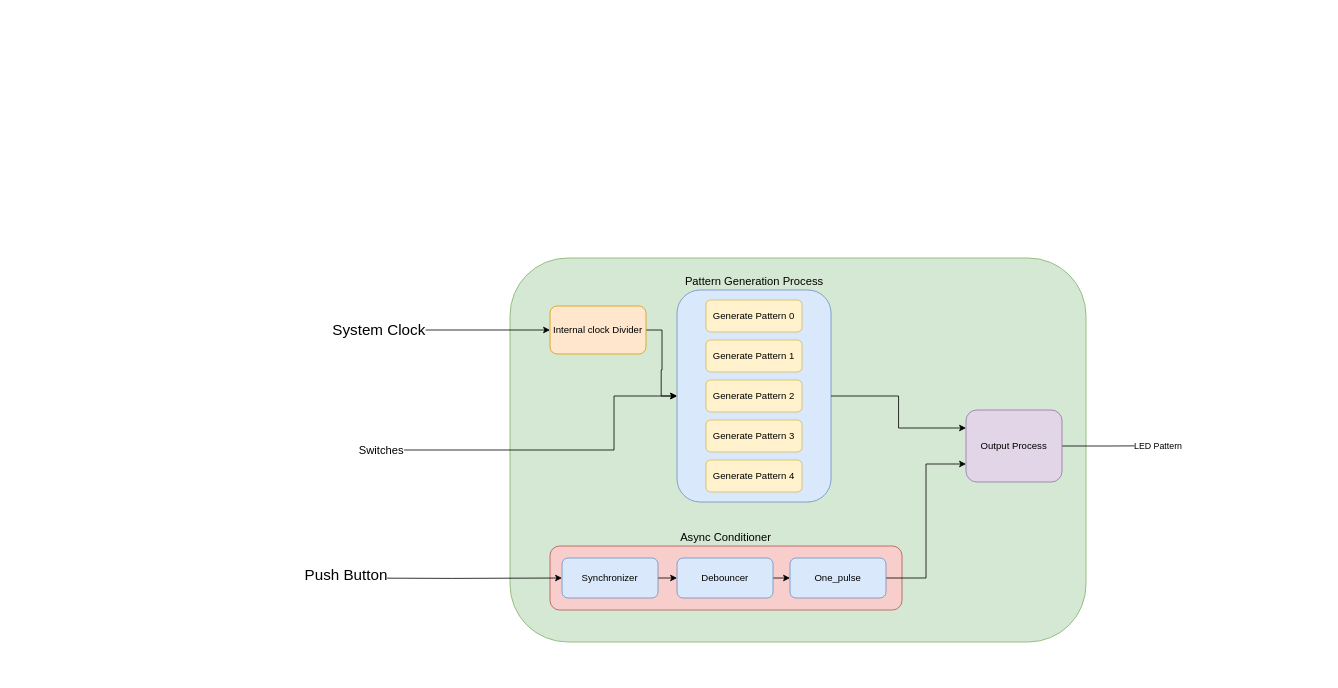
Earlier version of the draw.io diagram docs/assets/Lab-4_Diagram.drawio (msu-eele-fpga/labs-and-homework-CalebEELe467). Source tidied: cells renumbered, new cells numbered last; positions are measured from the earlier drawing's top-left corner, leaving out a move shared by most shapes. Both pictures are drawn from the tidied source at 80%, with x=0, y=0 at pixel (342, 258).
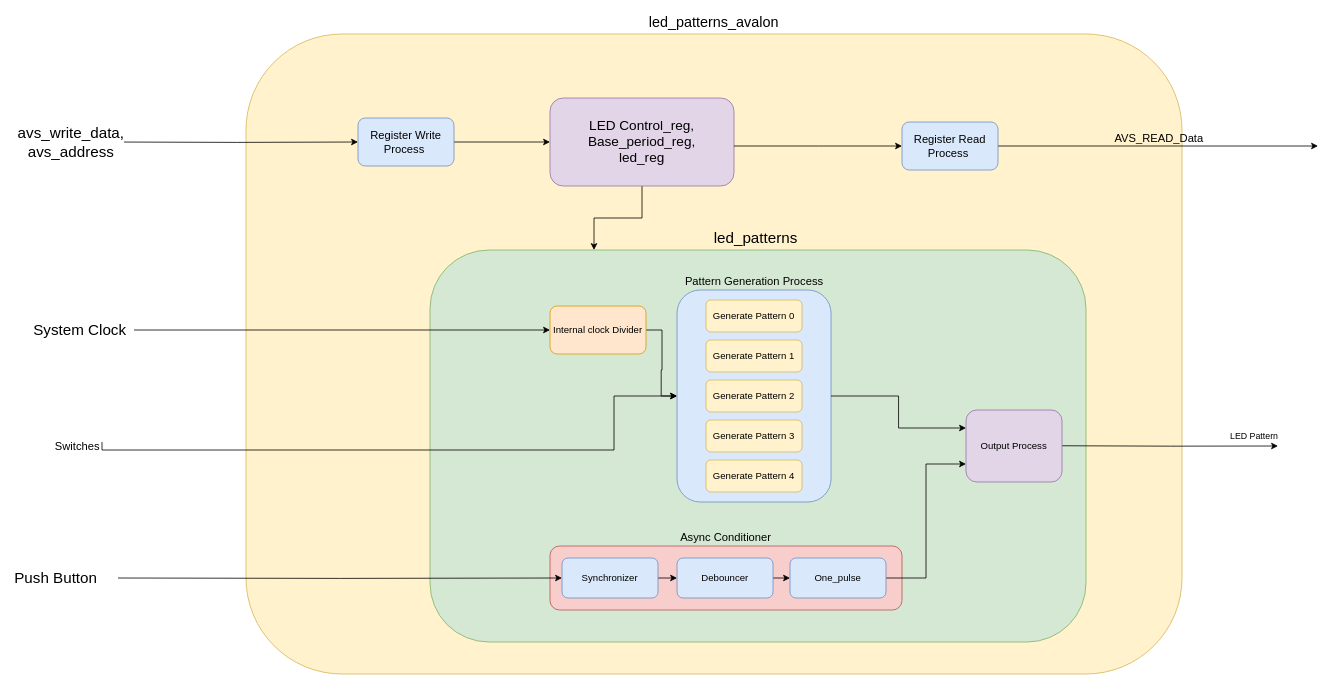
The same diagram, later.

Unchanged cells that the change refers to:
```xml
<mxCell id="8" value="Internal clock Divider" style="rounded=1;whiteSpace=wrap;html=1;fillColor=#ffe6cc;strokeColor=#d79b00;" parent="1" vertex="1">
  <mxGeometry x="260" y="60" width="120" height="60" as="geometry" />
</mxCell>
<mxCell id="10" value="&lt;font style=&quot;font-size: 14px;&quot;&gt;Pattern Generation Process&lt;/font&gt;" style="rounded=1;whiteSpace=wrap;html=1;fillColor=#dae8fc;strokeColor=#6c8ebf;labelPosition=center;verticalLabelPosition=top;align=center;verticalAlign=bottom;" parent="9" vertex="1">
  <mxGeometry width="192.5" height="265" as="geometry" />
</mxCell>
<mxCell id="19" value="Synchronizer" style="rounded=1;whiteSpace=wrap;html=1;fillColor=#dae8fc;strokeColor=#6c8ebf;" parent="1" vertex="1">
  <mxGeometry x="275" y="375" width="120" height="50" as="geometry" />
</mxCell>
<mxCell id="28" value="Output Process" style="rounded=1;whiteSpace=wrap;html=1;fillColor=#e1d5e7;strokeColor=#9673a6;" parent="1" vertex="1">
  <mxGeometry x="780" y="190" width="120" height="90" as="geometry" />
</mxCell>
```

The edit, as a diff of the source:
```diff
@@
+    <mxCell id="30" value="&lt;font style=&quot;font-size: 18px;&quot;&gt;led_patterns_avalon&lt;/font&gt;" style="rounded=1;whiteSpace=wrap;html=1;fillColor=#fff2cc;strokeColor=#d6b656;labelPosition=center;verticalLabelPosition=top;align=center;verticalAlign=bottom;" parent="1" vertex="1">
+      <mxGeometry x="-120" y="-280" width="1170" height="800" as="geometry" />
+    </mxCell>
-    <mxCell id="2" value="&lt;div&gt;&lt;br&gt;&lt;/div&gt;" style="rounded=1;whiteSpace=wrap;html=1;fillColor=#d5e8d4;strokeColor=#82b366;" parent="1" vertex="1">
-      <mxGeometry x="210" width="720" height="480" as="geometry" />
+    <mxCell id="2" value="&lt;font style=&quot;font-size: 19px;&quot;&gt;led_patterns&amp;nbsp;&lt;/font&gt;" style="rounded=1;whiteSpace=wrap;html=1;fillColor=#d5e8d4;strokeColor=#82b366;verticalAlign=bottom;labelPosition=center;verticalLabelPosition=top;align=center;" parent="1" vertex="1">
+      <mxGeometry x="110" y="-10" width="820" height="490" as="geometry" />
     </mxCell>
     <mxCell id="3" style="endArrow=classic;html=1;rounded=0;entryX=0;entryY=0.5;entryDx=0;entryDy=0;edgeStyle=orthogonalEdgeStyle;" parent="1" edge="1" target="8">
       <mxGeometry relative="1" as="geometry">
-        <mxPoint x="40" y="92" as="sourcePoint" />
+        <mxPoint x="-260" y="90" as="sourcePoint" />
         <Array as="points">
-          <mxPoint x="40" y="90" />
+          <mxPoint x="-210" y="90" />
+          <mxPoint x="-210" y="90" />
         </Array>
       </mxGeometry>
     </mxCell>
     <mxCell id="4" value="&lt;span style=&quot;font-size: 19px;&quot;&gt;System Clock&lt;/span&gt;" style="edgeLabel;html=1;align=center;verticalAlign=middle;" parent="3" vertex="1">
       <mxGeometry x="-0.51" relative="1" as="geometry">
-        <mxPoint x="-47" as="offset" />
+        <mxPoint x="-196" as="offset" />
       </mxGeometry>
     </mxCell>
     <mxCell id="5" style="endArrow=classic;html=1;rounded=0;entryX=0;entryY=0.5;entryDx=0;entryDy=0;edgeStyle=orthogonalEdgeStyle;" parent="1" edge="1" target="10">
       <mxGeometry relative="1" as="geometry">
-        <mxPoint x="30" y="240" as="sourcePoint" />
+        <mxPoint x="-300" y="230" as="sourcePoint" />
         <Array as="points">
           <mxPoint x="340" y="240" />
           <mxPoint x="340" y="173" />
         </Array>
       </mxGeometry>
     </mxCell>
     <mxCell id="6" value="&lt;font style=&quot;font-size: 14px;&quot;&gt;Switches&lt;/font&gt;" style="edgeLabel;html=1;align=center;verticalAlign=middle;" parent="5" vertex="1">
       <mxGeometry x="-0.6" y="-2" relative="1" as="geometry">
-        <mxPoint x="-72" y="-2" as="offset" />
+        <mxPoint x="-181" y="-7" as="offset" />
       </mxGeometry>
     </mxCell>
@@
     <mxCell id="24" style="endArrow=classic;html=1;rounded=0;edgeStyle=orthogonalEdgeStyle;entryX=0;entryY=0.5;entryDx=0;entryDy=0;" parent="1" edge="1" target="19">
       <mxGeometry relative="1" as="geometry">
-        <mxPoint y="400" as="sourcePoint" />
+        <mxPoint x="-280" y="400" as="sourcePoint" />
       </mxGeometry>
     </mxCell>
     <mxCell id="25" value="&lt;font style=&quot;font-size: 19px;&quot;&gt;Push Button&lt;/font&gt;" style="edgeLabel;html=1;align=center;verticalAlign=middle;" parent="24" vertex="1">
       <mxGeometry x="-0.97" y="1" relative="1" as="geometry">
-        <mxPoint y="-3" as="offset" />
+        <mxPoint x="-87" y="1" as="offset" />
       </mxGeometry>
     </mxCell>
-    <mxCell id="26" style="edgeStyle=orthogonalEdgeStyle;rounded=0;jettySize=auto;html=1;exitX=1;exitY=0.5;exitDx=0;exitDy=0;" parent="1" edge="1" source="28">
+    <mxCell id="26" style="edgeStyle=orthogonalEdgeStyle;rounded=0;orthogonalLoop=1;jettySize=auto;html=1;exitX=1;exitY=0.5;exitDx=0;exitDy=0;" parent="1" edge="1">
       <mxGeometry relative="1" as="geometry">
-        <mxPoint x="1020" y="234.7" as="targetPoint" />
+        <mxPoint x="900" y="234.7" as="sourcePoint" />
+        <mxPoint x="1170" y="235" as="targetPoint" />
       </mxGeometry>
     </mxCell>
     <mxCell id="27" value="LED Pattern" style="edgeLabel;html=1;align=center;verticalAlign=middle;" parent="26" vertex="1">
       <mxGeometry x="0.57" y="2" relative="1" as="geometry">
-        <mxPoint x="26" y="2" as="offset" />
+        <mxPoint x="28" y="-11" as="offset" />
       </mxGeometry>
     </mxCell>
@@
+    <mxCell id="31" style="edgeStyle=orthogonalEdgeStyle;rounded=0;jettySize=auto;html=1;exitX=1;exitY=0.5;exitDx=0;exitDy=0;" parent="1" edge="1" source="36">
+      <mxGeometry relative="1" as="geometry">
+        <mxPoint x="1220" y="-140" as="targetPoint" />
+      </mxGeometry>
+    </mxCell>
+    <mxCell id="32" value="AVS_READ_Data" style="edgeLabel;html=1;align=center;verticalAlign=middle;fontSize=14;labelBackgroundColor=none;" parent="31" vertex="1">
+      <mxGeometry x="0.09" y="4" relative="1" as="geometry">
+        <mxPoint x="-17" y="-6" as="offset" />
+      </mxGeometry>
+    </mxCell>
+    <mxCell id="33" style="edgeStyle=orthogonalEdgeStyle;rounded=0;jettySize=auto;html=1;exitX=0.5;exitY=1;exitDx=0;exitDy=0;entryX=0.25;entryY=0;entryDx=0;entryDy=0;" parent="1" edge="1" source="34" target="2">
+      <mxGeometry relative="1" as="geometry" />
+    </mxCell>
+    <mxCell id="34" value="&lt;span style=&quot;font-size: 17px; text-wrap: nowrap;&quot;&gt;LED Control_reg,&lt;/span&gt;&lt;div style=&quot;font-size: 17px; text-wrap: nowrap;&quot;&gt;Base_period_reg,&lt;/div&gt;&lt;div style=&quot;font-size: 17px; text-wrap: nowrap;&quot;&gt;led_reg&lt;/div&gt;" style="rounded=1;whiteSpace=wrap;html=1;fillColor=#e1d5e7;strokeColor=#9673a6;fontColor=default;labelBackgroundColor=none;" parent="1" vertex="1">
+      <mxGeometry x="260" y="-200" width="230" height="110" as="geometry" />
+    </mxCell>
+    <mxCell id="35" style="edgeStyle=orthogonalEdgeStyle;rounded=0;jettySize=auto;html=1;exitX=0;exitY=0.5;exitDx=0;exitDy=0;startArrow=classic;startFill=1;endArrow=none;endFill=0;" parent="1" edge="1" source="36">
+      <mxGeometry relative="1" as="geometry">
+        <mxPoint x="490" y="-140" as="targetPoint" />
+      </mxGeometry>
+    </mxCell>
+    <mxCell id="36" value="&lt;font style=&quot;font-size: 14px;&quot;&gt;Register Read Process&amp;nbsp;&lt;/font&gt;" style="rounded=1;whiteSpace=wrap;html=1;fillColor=#dae8fc;strokeColor=#6c8ebf;" parent="1" vertex="1">
+      <mxGeometry x="700" y="-170" width="120" height="60" as="geometry" />
+    </mxCell>
+    <mxCell id="37" style="edgeStyle=orthogonalEdgeStyle;rounded=0;jettySize=auto;html=1;exitX=1;exitY=0.5;exitDx=0;exitDy=0;" parent="1" edge="1" source="38" target="34">
+      <mxGeometry relative="1" as="geometry" />
+    </mxCell>
+    <mxCell id="38" value="&lt;font style=&quot;font-size: 14px;&quot;&gt;Register Write Process&amp;nbsp;&lt;/font&gt;" style="rounded=1;whiteSpace=wrap;html=1;fillColor=#dae8fc;strokeColor=#6c8ebf;" parent="1" vertex="1">
+      <mxGeometry x="20" y="-175" width="120" height="60" as="geometry" />
+    </mxCell>
+    <mxCell id="39" style="endArrow=classic;html=1;rounded=0;entryX=0;entryY=0.5;entryDx=0;entryDy=0;edgeStyle=orthogonalEdgeStyle;" parent="1" edge="1" target="38">
+      <mxGeometry relative="1" as="geometry">
+        <mxPoint x="-285" y="-145" as="sourcePoint" />
+      </mxGeometry>
+    </mxCell>
+    <mxCell id="40" value="&lt;span style=&quot;font-size: 19px;&quot;&gt;avs_write_data,&lt;/span&gt;&lt;div&gt;&lt;span style=&quot;font-size: 19px;&quot;&gt;avs_address&lt;/span&gt;&lt;/div&gt;" style="edgeLabel;html=1;align=center;verticalAlign=middle;" parent="39" vertex="1">
+      <mxGeometry x="-0.51" relative="1" as="geometry">
+        <mxPoint x="-129" as="offset" />
+      </mxGeometry>
+    </mxCell>
```
